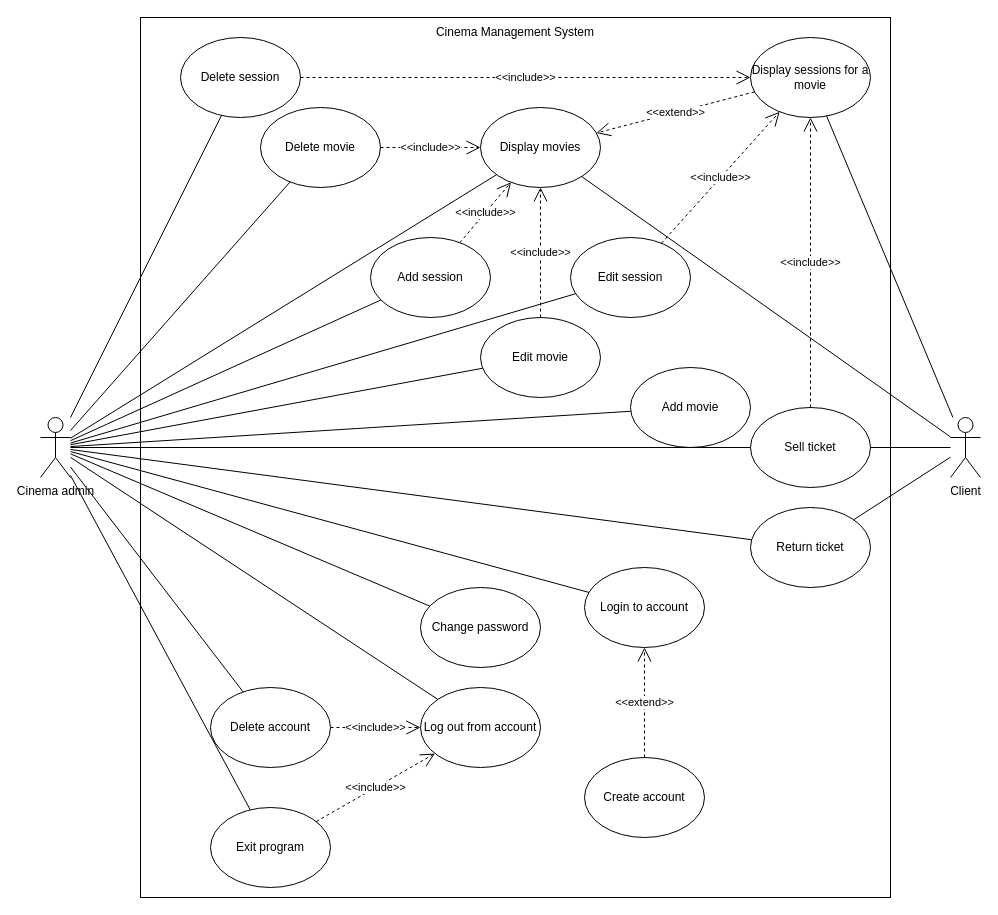
Above: src/main/diagrams/use_case_diagram.drawio in ilya-nvk/software-design-hw1 (draw.io), before the change. Source tidied: cells renumbered, new cells numbered last; positions are measured from the earlier drawing's top-left corner, leaving out a move shared by most shapes. Both pictures are drawn from the tidied source at 100%, with x=0, y=0 at pixel (40, 17).
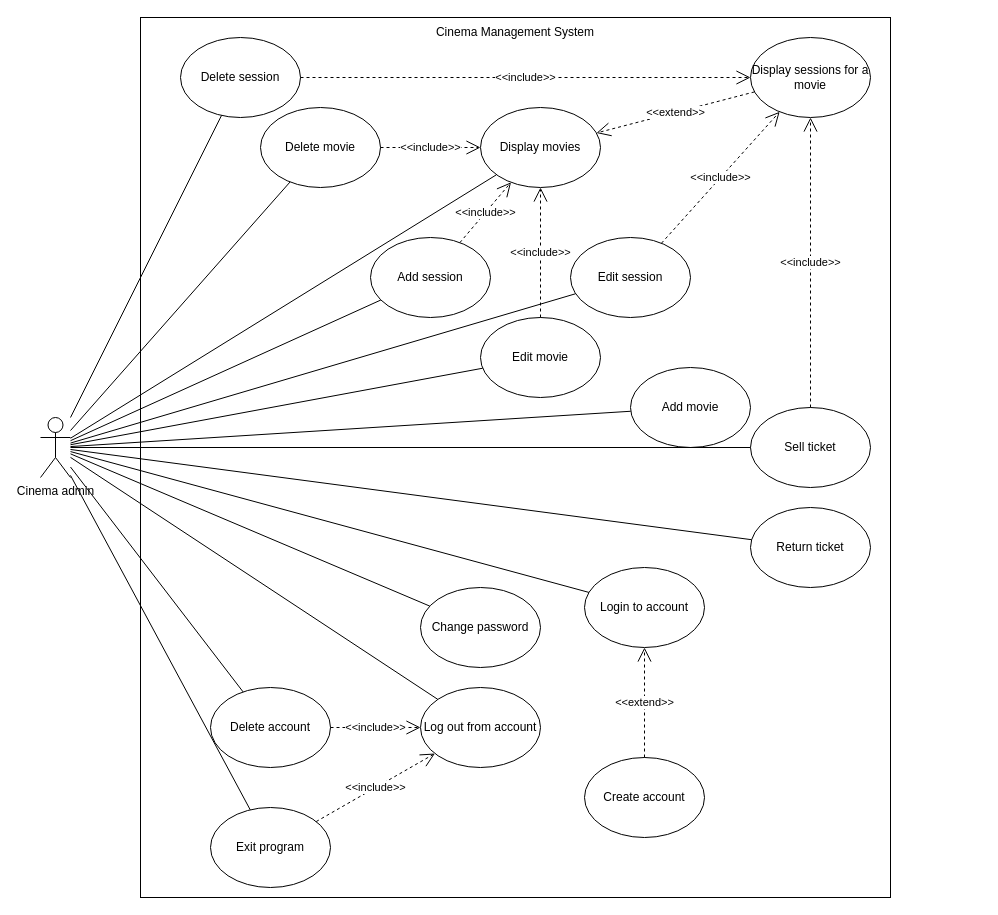
Above is the later version.

The change refers to these unchanged cells:
```xml
<mxCell id="4" value="Display movies" style="ellipse;whiteSpace=wrap;html=1;" parent="1" vertex="1">
  <mxGeometry x="440" y="90" width="120" height="80" as="geometry" />
</mxCell>
<mxCell id="5" value="Display sessions for a movie" style="ellipse;whiteSpace=wrap;html=1;" parent="1" vertex="1">
  <mxGeometry x="710" y="20" width="120" height="80" as="geometry" />
</mxCell>
<mxCell id="6" value="Sell ticket" style="ellipse;whiteSpace=wrap;html=1;" parent="1" vertex="1">
  <mxGeometry x="710" y="390" width="120" height="80" as="geometry" />
</mxCell>
<mxCell id="7" value="Return ticket" style="ellipse;whiteSpace=wrap;html=1;" parent="1" vertex="1">
  <mxGeometry x="710" y="490" width="120" height="80" as="geometry" />
</mxCell>
```

The edit, as a diff of the source:
```diff
@@
-    <mxCell id="39" value="Client" style="shape=umlActor;verticalLabelPosition=bottom;verticalAlign=top;html=1;outlineConnect=0;" parent="1" vertex="1">
-      <mxGeometry x="910" y="400" width="30" height="60" as="geometry" />
-    </mxCell>
-    <mxCell id="40" style="endArrow=none;html=1;rounded=0;" parent="1" edge="1" source="6" target="39">
-      <mxGeometry relative="1" as="geometry" />
-    </mxCell>
-    <mxCell id="41" style="endArrow=none;html=1;rounded=0;" parent="1" edge="1" source="7" target="39">
-      <mxGeometry relative="1" as="geometry" />
-    </mxCell>
-    <mxCell id="42" style="endArrow=none;html=1;rounded=0;" parent="1" edge="1" source="5" target="39">
-      <mxGeometry relative="1" as="geometry" />
-    </mxCell>
@@
-    <mxCell id="48" style="endArrow=none;html=1;rounded=0;" parent="1" edge="1" source="39" target="4">
-      <mxGeometry relative="1" as="geometry" />
-    </mxCell>
```
